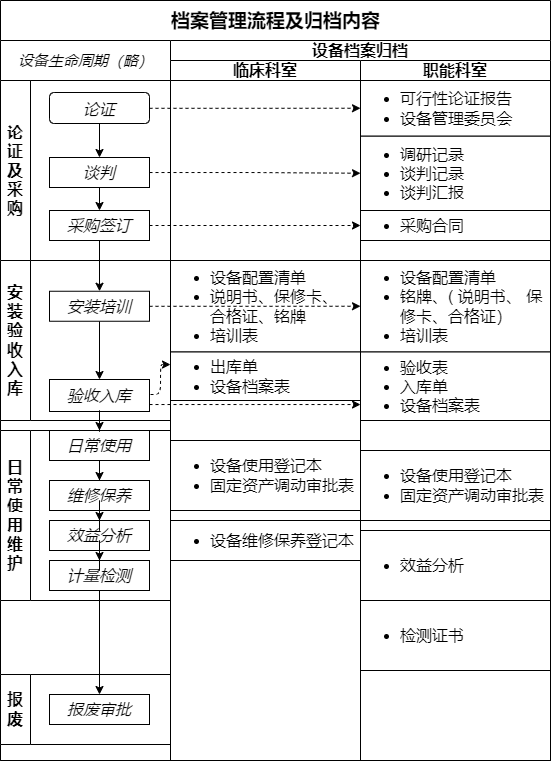
Earlier version of the draw.io export 档案管理流程.png (CN-DXTZ/CLRS). Source tidied: cells renumbered, new cells last; positions are measured from the earlier drawing's top-left corner, leaving out a move shared by most shapes.
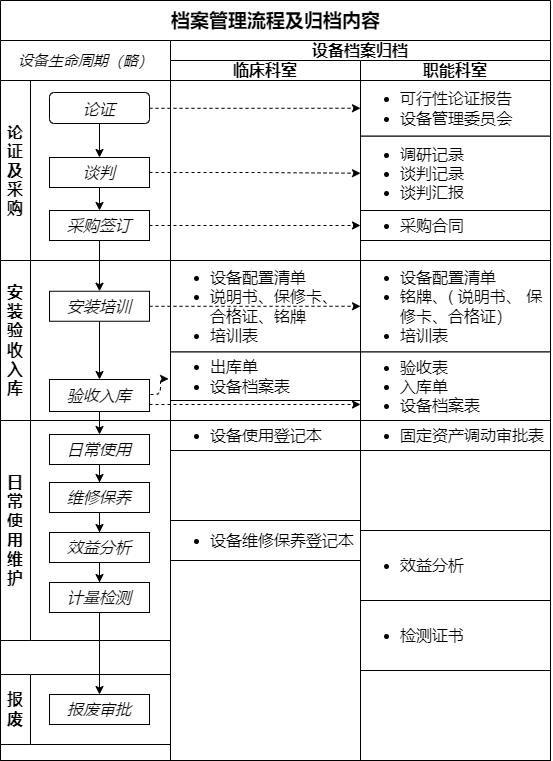
After the commit.

Commit message:
更新档案管理流程.png

The edit, as a diff of the source:
```diff
@@ -51,22 +51,22 @@
       <mxGeometry relative="1" as="geometry" />
     </mxCell>
     <mxCell id="18" value="&lt;p class=&quot;MsoNormal&quot; style=&quot;font-size: 16px;&quot;&gt;日常使用维护&lt;/p&gt;" style="swimlane;whiteSpace=wrap;html=1;direction=north;startSize=30;fontSize=16;" parent="5" vertex="1">
-      <mxGeometry y="390" width="170" height="170" as="geometry" />
+      <mxGeometry y="380" width="170" height="220" as="geometry" />
     </mxCell>
     <mxCell id="19" style="edgeStyle=orthogonalEdgeStyle;rounded=0;jettySize=auto;html=1;entryX=0.5;entryY=0;entryDx=0;entryDy=0;fontSize=16;" parent="18" edge="1" source="20" target="21">
       <mxGeometry relative="1" as="geometry" />
     </mxCell>
     <mxCell id="20" value="日常使用" style="rounded=0;whiteSpace=wrap;html=1;fontSize=16;fontStyle=2;" parent="18" vertex="1">
-      <mxGeometry x="49" width="100" height="30" as="geometry" />
+      <mxGeometry x="49" y="14" width="100" height="30" as="geometry" />
     </mxCell>
     <mxCell id="21" value="维修保养" style="rounded=0;whiteSpace=wrap;html=1;fontSize=16;fontStyle=2;" parent="18" vertex="1">
-      <mxGeometry x="49" y="50" width="100" height="30" as="geometry" />
+      <mxGeometry x="49" y="62" width="100" height="30" as="geometry" />
     </mxCell>
     <mxCell id="22" value="效益分析" style="rounded=0;whiteSpace=wrap;html=1;fontSize=16;fontStyle=2;" parent="18" vertex="1">
-      <mxGeometry x="49" y="90" width="100" height="30" as="geometry" />
+      <mxGeometry x="49" y="112" width="100" height="30" as="geometry" />
     </mxCell>
     <mxCell id="23" value="计量检测" style="rounded=0;whiteSpace=wrap;html=1;fontSize=16;fontStyle=2;" parent="18" vertex="1">
-      <mxGeometry x="49" y="130" width="100" height="30" as="geometry" />
+      <mxGeometry x="49" y="162" width="100" height="30" as="geometry" />
     </mxCell>
     <mxCell id="24" style="edgeStyle=orthogonalEdgeStyle;rounded=0;jettySize=auto;html=1;entryX=0.5;entryY=0;entryDx=0;entryDy=0;fontSize=16;" parent="18" edge="1" source="21" target="22">
       <mxGeometry relative="1" as="geometry" />
@@ -89,8 +89,8 @@
     <mxCell id="30" value="&lt;p class=&quot;MsoNormal&quot; style=&quot;font-size: 16px;&quot;&gt;&lt;/p&gt;&lt;div style=&quot;font-size: 16px;&quot;&gt;&lt;ul style=&quot;font-size: 16px;&quot;&gt;&lt;li style=&quot;font-size: 16px;&quot;&gt;出库单&lt;/li&gt;&lt;li style=&quot;font-size: 16px;&quot;&gt;设备档案表&lt;/li&gt;&lt;/ul&gt;&lt;/div&gt;&lt;p style=&quot;font-size: 16px;&quot;&gt;&lt;/p&gt;" style="rounded=0;whiteSpace=wrap;html=1;fontSize=16;spacing=0;align=left;" parent="28" vertex="1">
       <mxGeometry y="291.5" width="190" height="48.5" as="geometry" />
     </mxCell>
-    <mxCell id="31" value="&lt;p class=&quot;MsoNormal&quot; style=&quot;font-size: 16px;&quot;&gt;&lt;/p&gt;&lt;div style=&quot;font-size: 16px;&quot;&gt;&lt;div style=&quot;font-size: 16px;&quot;&gt;&lt;ul style=&quot;font-size: 16px;&quot;&gt;&lt;li style=&quot;font-size: 16px;&quot;&gt;设备使用登记本&lt;/li&gt;&lt;li style=&quot;font-size: 16px;&quot;&gt;固定资产调动审批表&lt;/li&gt;&lt;/ul&gt;&lt;/div&gt;&lt;/div&gt;&lt;p style=&quot;font-size: 16px;&quot;&gt;&lt;/p&gt;" style="rounded=0;whiteSpace=wrap;html=1;fontSize=16;spacing=0;align=left;" parent="28" vertex="1">
-      <mxGeometry y="380" width="190" height="70" as="geometry" />
+    <mxCell id="31" value="&lt;p class=&quot;MsoNormal&quot; style=&quot;font-size: 16px;&quot;&gt;&lt;/p&gt;&lt;div style=&quot;font-size: 16px;&quot;&gt;&lt;div style=&quot;font-size: 16px;&quot;&gt;&lt;ul style=&quot;font-size: 16px;&quot;&gt;&lt;li style=&quot;font-size: 16px;&quot;&gt;设备使用登记本&lt;/li&gt;&lt;/ul&gt;&lt;/div&gt;&lt;/div&gt;&lt;p style=&quot;font-size: 16px;&quot;&gt;&lt;/p&gt;" style="rounded=0;whiteSpace=wrap;html=1;fontSize=16;spacing=0;align=left;" parent="28" vertex="1">
+      <mxGeometry y="360" width="190" height="30" as="geometry" />
     </mxCell>
     <mxCell id="32" value="&lt;p class=&quot;MsoNormal&quot; style=&quot;font-size: 16px;&quot;&gt;&lt;/p&gt;&lt;div style=&quot;font-size: 16px;&quot;&gt;&lt;ul style=&quot;font-size: 16px;&quot;&gt;&lt;li style=&quot;font-size: 16px;&quot;&gt;&lt;span style=&quot;background-color: initial; font-size: 16px;&quot;&gt;设备维修保养登记本&lt;/span&gt;&lt;br style=&quot;font-size: 16px;&quot;&gt;&lt;/li&gt;&lt;/ul&gt;&lt;/div&gt;&lt;p style=&quot;font-size: 16px;&quot;&gt;&lt;/p&gt;" style="rounded=0;whiteSpace=wrap;html=1;fontSize=16;spacing=0;align=left;" parent="28" vertex="1">
       <mxGeometry y="460" width="190" height="40" as="geometry" />
@@ -113,8 +113,8 @@
     <mxCell id="38" value="&lt;p class=&quot;MsoNormal&quot; style=&quot;font-size: 16px;&quot;&gt;&lt;/p&gt;&lt;div style=&quot;font-size: 16px;&quot;&gt;&lt;div style=&quot;font-size: 16px;&quot;&gt;&lt;ul style=&quot;font-size: 16px;&quot;&gt;&lt;li style=&quot;font-size: 16px;&quot;&gt;验收表&lt;/li&gt;&lt;li style=&quot;font-size: 16px;&quot;&gt;入库单&lt;/li&gt;&lt;li style=&quot;font-size: 16px;&quot;&gt;设备档案表&lt;/li&gt;&lt;/ul&gt;&lt;/div&gt;&lt;/div&gt;&lt;p style=&quot;font-size: 16px;&quot;&gt;&lt;/p&gt;" style="rounded=0;whiteSpace=wrap;html=1;fontSize=16;spacing=0;align=left;" parent="33" vertex="1">
       <mxGeometry y="291.5" width="190" height="68.5" as="geometry" />
     </mxCell>
-    <mxCell id="39" value="&lt;p class=&quot;MsoNormal&quot; style=&quot;font-size: 16px;&quot;&gt;&lt;/p&gt;&lt;div style=&quot;font-size: 16px;&quot;&gt;&lt;div style=&quot;font-size: 16px;&quot;&gt;&lt;ul style=&quot;font-size: 16px;&quot;&gt;&lt;li style=&quot;font-size: 16px;&quot;&gt;设备使用登记本&lt;/li&gt;&lt;li style=&quot;font-size: 16px;&quot;&gt;固定资产调动审批表&lt;/li&gt;&lt;/ul&gt;&lt;/div&gt;&lt;/div&gt;&lt;p style=&quot;font-size: 16px;&quot;&gt;&lt;/p&gt;" style="rounded=0;whiteSpace=wrap;html=1;fontSize=16;spacing=0;align=left;" parent="33" vertex="1">
-      <mxGeometry y="390" width="190" height="70" as="geometry" />
+    <mxCell id="39" value="&lt;p class=&quot;MsoNormal&quot; style=&quot;font-size: 16px;&quot;&gt;&lt;/p&gt;&lt;div style=&quot;font-size: 16px;&quot;&gt;&lt;div style=&quot;font-size: 16px;&quot;&gt;&lt;ul style=&quot;font-size: 16px;&quot;&gt;&lt;li style=&quot;font-size: 16px;&quot;&gt;固定资产调动审批表&lt;/li&gt;&lt;/ul&gt;&lt;/div&gt;&lt;/div&gt;&lt;p style=&quot;font-size: 16px;&quot;&gt;&lt;/p&gt;" style="rounded=0;whiteSpace=wrap;html=1;fontSize=16;spacing=0;align=left;" parent="33" vertex="1">
+      <mxGeometry y="360" width="190" height="30" as="geometry" />
     </mxCell>
     <mxCell id="40" value="&lt;p class=&quot;MsoNormal&quot; style=&quot;font-size: 16px;&quot;&gt;&lt;/p&gt;&lt;div style=&quot;font-size: 16px;&quot;&gt;&lt;div style=&quot;font-size: 16px;&quot;&gt;&lt;ul style=&quot;font-size: 16px;&quot;&gt;&lt;li style=&quot;font-size: 16px;&quot;&gt;效益分析&lt;/li&gt;&lt;/ul&gt;&lt;/div&gt;&lt;/div&gt;&lt;p style=&quot;font-size: 16px;&quot;&gt;&lt;/p&gt;" style="rounded=0;whiteSpace=wrap;html=1;fontSize=16;spacing=0;align=left;" parent="33" vertex="1">
       <mxGeometry y="470" width="190" height="70" as="geometry" />
@@ -129,12 +129,12 @@
         </Array>
       </mxGeometry>
     </mxCell>
-    <mxCell id="43" style="edgeStyle=orthogonalEdgeStyle;rounded=1;jettySize=auto;html=1;dashed=1;fontSize=16;" parent="2" edge="1" target="30">
+    <mxCell id="43" style="edgeStyle=orthogonalEdgeStyle;rounded=1;jettySize=auto;html=1;dashed=1;fontSize=16;entryX=-0.01;entryY=0.555;entryDx=0;entryDy=0;entryPerimeter=0;" parent="2" edge="1" target="30">
       <mxGeometry relative="1" as="geometry">
         <mxPoint x="150" y="394" as="sourcePoint" />
         <Array as="points">
           <mxPoint x="160" y="394" />
-          <mxPoint x="160" y="364" />
+          <mxPoint x="160" y="378" />
         </Array>
       </mxGeometry>
     </mxCell>
```
